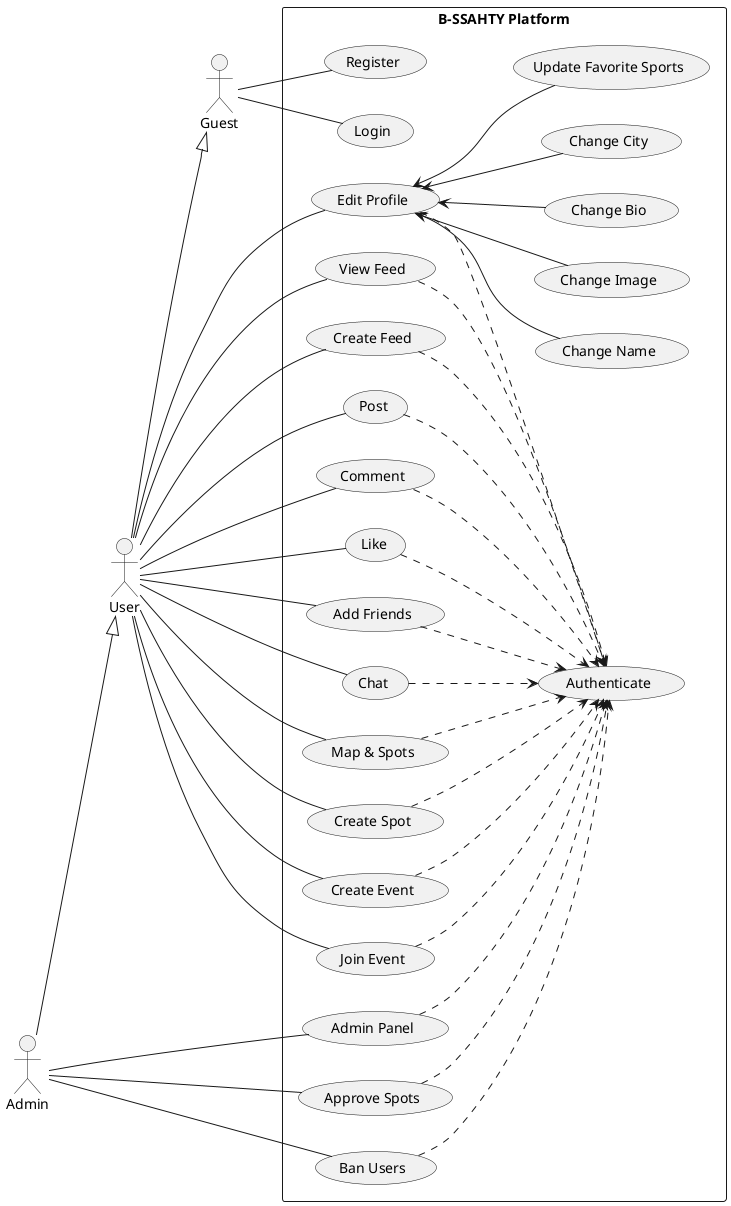
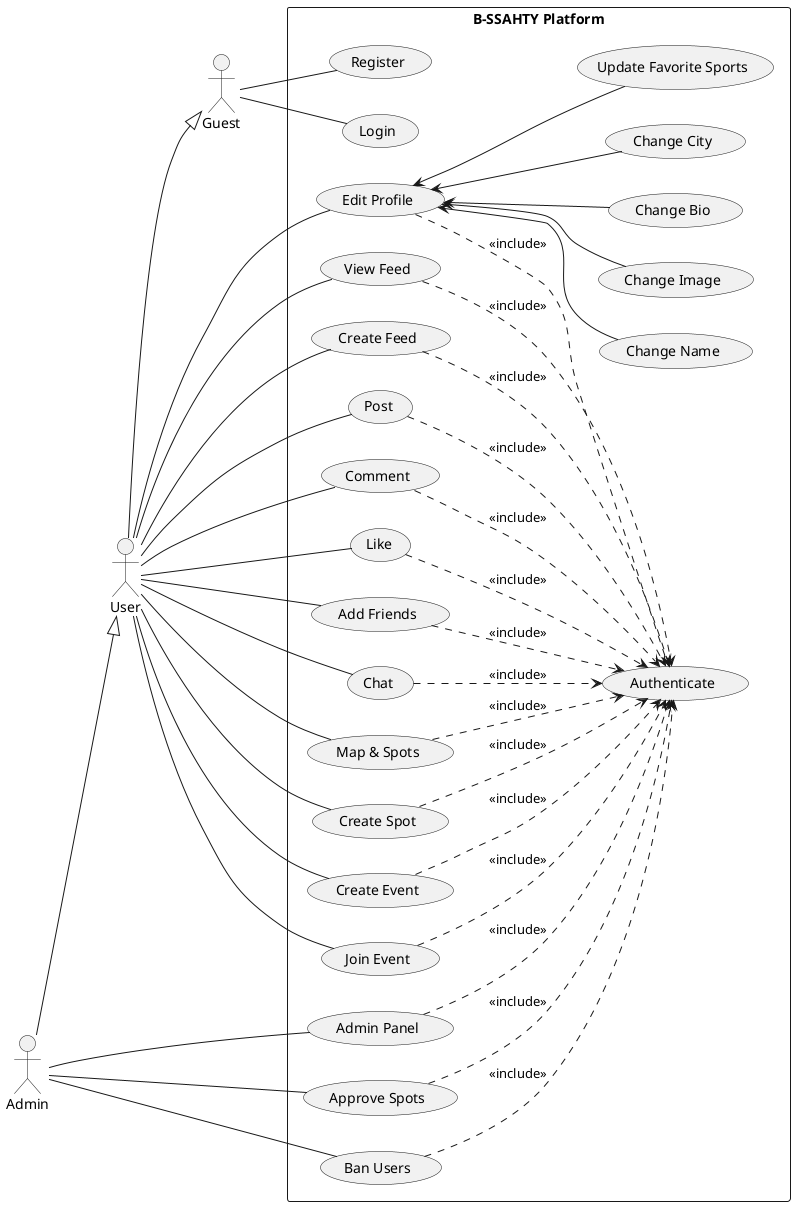
@startuml

left to right direction

actor Guest
actor User
actor Admin

User --|> Guest
Admin --|> User

rectangle "B-SSAHTY Platform" {

  (Register)
  (Login)
  (Authenticate)

  (Edit Profile)
  (Change Name)
  (Change Image)
  (Change Bio)
  (Change City)
  (Update Favorite Sports)

  (View Feed)
  (Create Feed)

  (Post)
  (Comment)
  (Like)

  (Add Friends)
  (Chat)

  (Map & Spots)
  (Create Spot)

  (Create Event)
  (Join Event)

  (Admin Panel)
  (Approve Spots)
  (Ban Users)
}

- ' ========================
- ' Actors
- ' ========================
+ 
Guest -- (Register)
Guest -- (Login)

User -- (Edit Profile)
User -- (View Feed)
User -- (Create Feed)
User -- (Post)
User -- (Comment)
User -- (Like)
User -- (Add Friends)
User -- (Chat)
User -- (Map & Spots)
User -- (Create Spot)
User -- (Create Event)
User -- (Join Event)

Admin -- (Admin Panel)
Admin -- (Approve Spots)
Admin -- (Ban Users)

- (View Feed) ..> (Authenticate)
- (Create Feed) ..> (Authenticate)
- (Post) ..> (Authenticate)
- (Comment) ..> (Authenticate)
- (Like) ..> (Authenticate)
- (Add Friends) ..> (Authenticate)
- (Chat) ..> (Authenticate)
- (Map & Spots) ..> (Authenticate)
- (Create Spot) ..> (Authenticate)
- (Create Event) ..> (Authenticate)
- (Join Event) ..> (Authenticate)
- (Admin Panel) ..> (Authenticate)
- (Approve Spots) ..> (Authenticate)
- (Ban Users) ..> (Authenticate)
- (Edit Profile) ..> (Authenticate)

- ' ========================
- ' EDIT PROFILE DECOMPOSITION (NO INCLUDE)
- ' ========================
+ (View Feed) ..> (Authenticate) : <<include>>
+ (Create Feed) ..> (Authenticate) : <<include>>
+ (Post) ..> (Authenticate) : <<include>>
+ (Comment) ..> (Authenticate) : <<include>>
+ (Like) ..> (Authenticate) : <<include>>
+ (Add Friends) ..> (Authenticate) : <<include>>
+ (Chat) ..> (Authenticate) : <<include>>
+ (Map & Spots) ..> (Authenticate) : <<include>>
+ (Create Spot) ..> (Authenticate) : <<include>>
+ (Create Event) ..> (Authenticate) : <<include>>
+ (Join Event) ..> (Authenticate) : <<include>>
+ (Admin Panel) ..> (Authenticate) : <<include>>
+ (Approve Spots) ..> (Authenticate) : <<include>>
+ (Ban Users) ..> (Authenticate) : <<include>>
+ (Edit Profile) ..> (Authenticate) : <<include>>
+ 
(Edit Profile) <-- (Change Name)
(Edit Profile) <-- (Change Image)
(Edit Profile) <-- (Change Bio)
(Edit Profile) <-- (Change City)
(Edit Profile) <-- (Update Favorite Sports)

@enduml